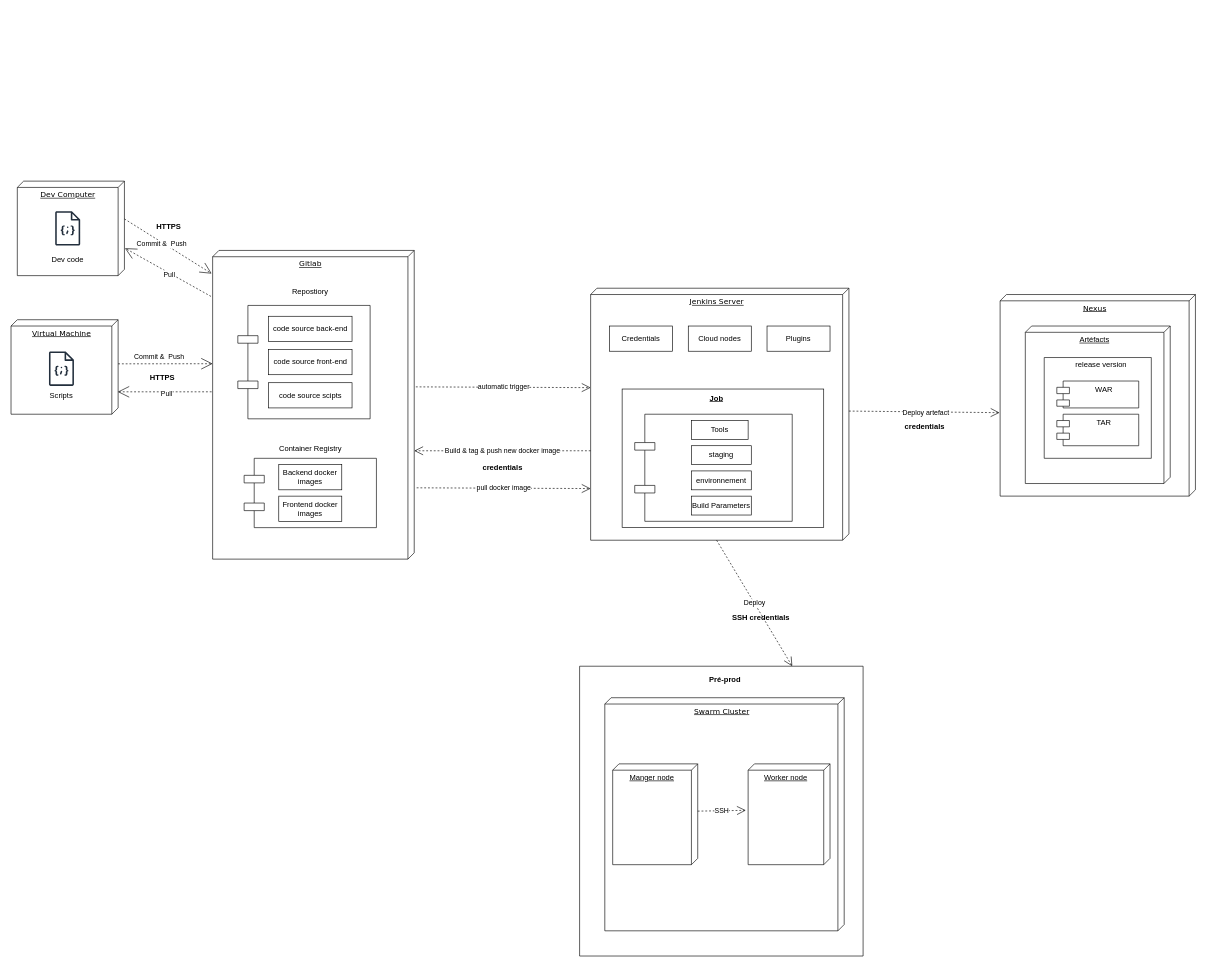
EmiraDga/DBMS3 keeps this draw.io diagram as Diagramme sans nom.drawio. Above is the earlier version. Source tidied: cells renumbered, new cells numbered last; positions are measured from the earlier drawing's top-left corner, leaving out a move shared by most shapes. Both pictures are drawn from the tidied source at 63%, with x=0, y=0 at pixel (11, 181).
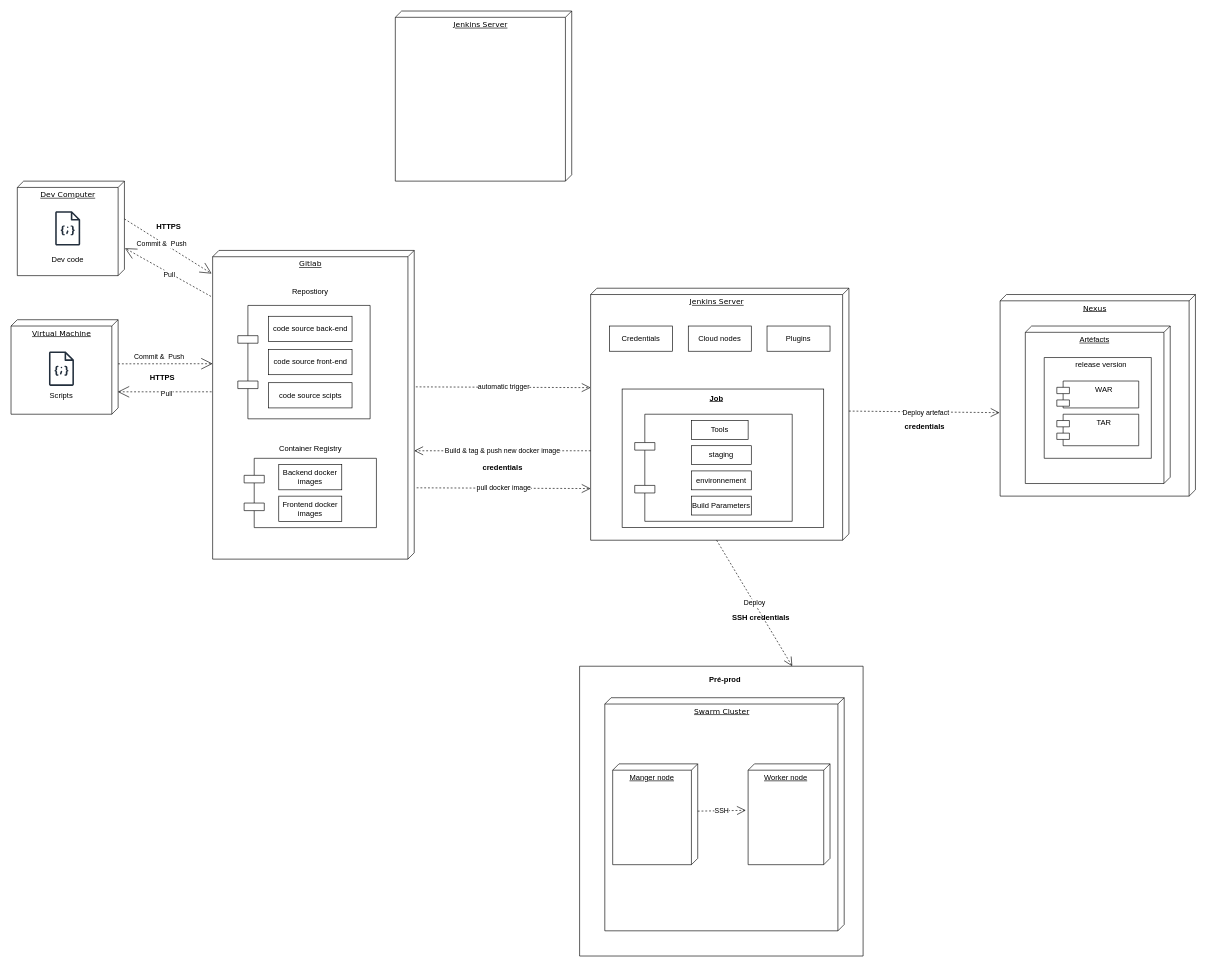
The same diagram, later.

Commit message:
Mettre à jour Diagramme sans nom.drawio

Change to the diagram source:
```diff
@@
+    <mxCell id="62" value="Jenkins Server" style="verticalAlign=top;align=center;spacingTop=8;spacingLeft=2;spacingRight=12;shape=cube;size=10;direction=south;fontStyle=4;html=1;rounded=0;shadow=0;comic=0;labelBackgroundColor=none;strokeWidth=1;fontFamily=Verdana;fontSize=12;" parent="1" vertex="1">
+      <mxGeometry x="610" y="-270" width="280" height="270" as="geometry" />
+    </mxCell>
```
